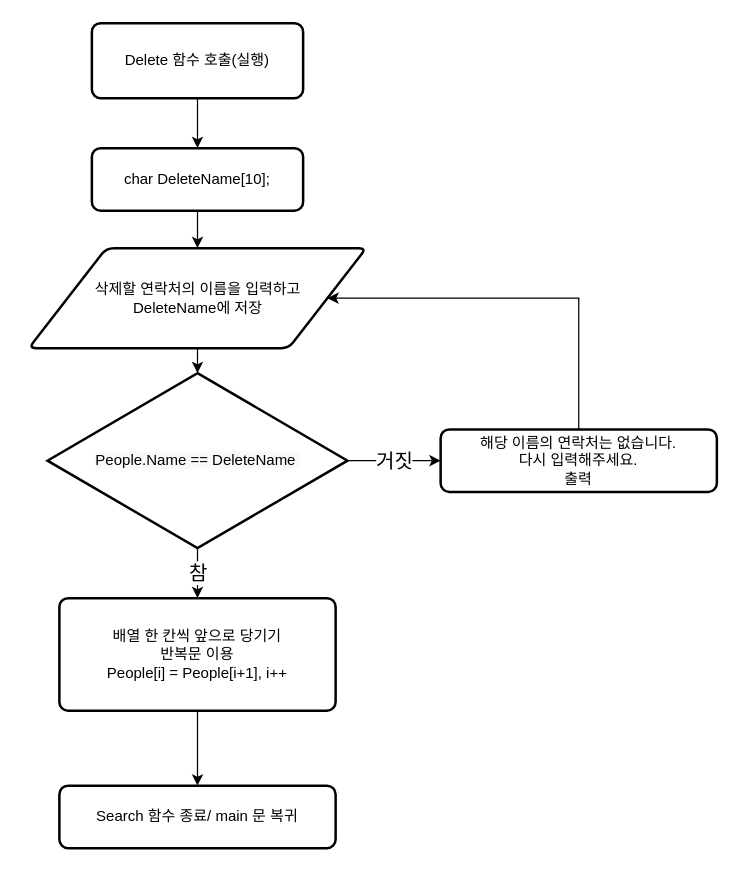
Above: Delete 기능.drawio in skatld123/NSH (draw.io), before the change. Source tidied: cells renumbered, new cells numbered last; positions are measured from the earlier drawing's top-left corner, leaving out a move shared by most shapes. Both pictures are drawn from the tidied source at 125%, with x=0, y=0 at pixel (28, 22).
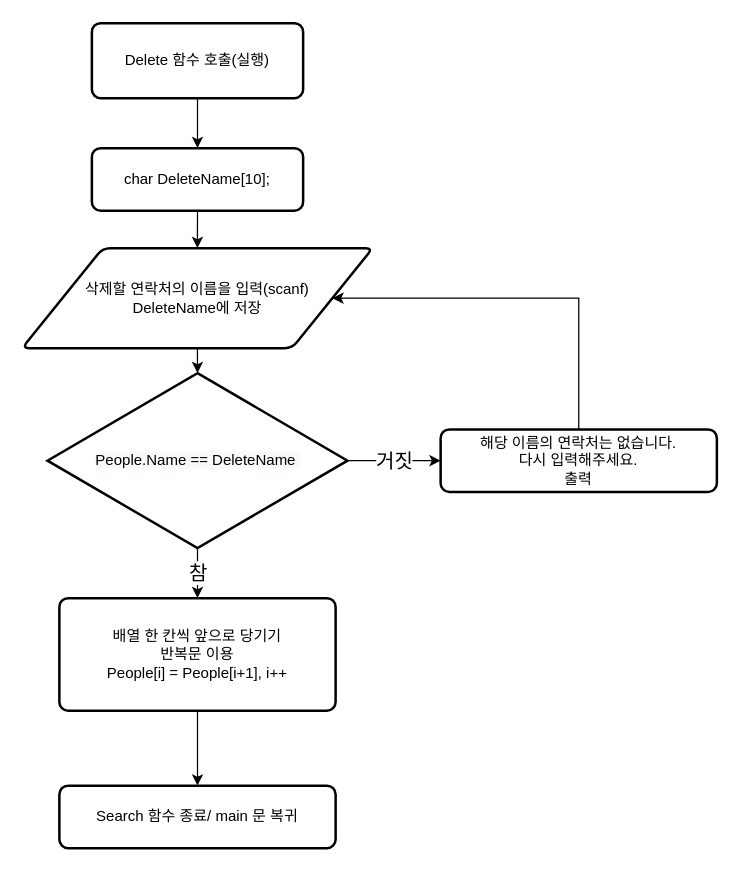
The same page after the edit.

Commit message (it also covers changes not shown here):
Delete 기능.drawio 업데이트

What changed in the source:
```diff
@@
 <mxGraphModel>
   <root>
     <mxCell id="0" />
     <mxCell id="1" parent="0" />
     <mxCell id="2" style="edgeStyle=orthogonalEdgeStyle;rounded=0;jettySize=auto;html=1;exitX=0.5;exitY=1;exitDx=0;exitDy=0;entryX=0.5;entryY=0;entryDx=0;entryDy=0;" parent="1" edge="1" source="3" target="5">
       <mxGeometry relative="1" as="geometry" />
     </mxCell>
     <mxCell id="3" value="Delete 함수 호출(실행)" style="rounded=1;whiteSpace=wrap;html=1;absoluteArcSize=1;arcSize=14;strokeWidth=2;" parent="1" vertex="1">
       <mxGeometry x="51" width="169" height="60" as="geometry" />
     </mxCell>
     <mxCell id="4" style="edgeStyle=orthogonalEdgeStyle;rounded=0;jettySize=auto;html=1;exitX=0.5;exitY=1;exitDx=0;exitDy=0;entryX=0.5;entryY=0;entryDx=0;entryDy=0;" parent="1" edge="1" source="5" target="7">
       <mxGeometry relative="1" as="geometry" />
     </mxCell>
     <mxCell id="5" value="char DeleteName[10];" style="rounded=1;whiteSpace=wrap;html=1;absoluteArcSize=1;arcSize=14;strokeWidth=2;" parent="1" vertex="1">
       <mxGeometry x="51" y="100" width="169" height="50" as="geometry" />
     </mxCell>
     <mxCell id="6" style="edgeStyle=orthogonalEdgeStyle;rounded=0;jettySize=auto;html=1;exitX=0.5;exitY=1;exitDx=0;exitDy=0;entryX=0.5;entryY=0;entryDx=0;entryDy=0;entryPerimeter=0;" parent="1" edge="1" source="7" target="14">
       <mxGeometry relative="1" as="geometry" />
     </mxCell>
-    <mxCell id="7" value="삭제할 연락처의 이름을 입력하고 &lt;br&gt;DeleteName에 저장" style="shape=parallelogram;html=1;strokeWidth=2;perimeter=parallelogramPerimeter;whiteSpace=wrap;rounded=1;arcSize=12;size=0.23;" parent="1" vertex="1">
-      <mxGeometry x="0.5" y="180" width="270" height="80" as="geometry" />
+    <mxCell id="7" value="삭제할 연락처의 이름을 입력(scanf)&lt;br&gt;DeleteName에 저장" style="shape=parallelogram;html=1;strokeWidth=2;perimeter=parallelogramPerimeter;whiteSpace=wrap;rounded=1;arcSize=12;size=0.23;" parent="1" vertex="1">
+      <mxGeometry x="-4.8" y="180" width="280.5" height="80" as="geometry" />
     </mxCell>
     <mxCell id="8" style="edgeStyle=orthogonalEdgeStyle;rounded=0;jettySize=auto;html=1;exitX=0.5;exitY=1;exitDx=0;exitDy=0;entryX=0.5;entryY=0;entryDx=0;entryDy=0;" parent="1" edge="1" source="9" target="15">
       <mxGeometry relative="1" as="geometry" />
     </mxCell>
     <mxCell id="9" value="배열 한 칸씩 앞으로 당기기&lt;br&gt;반복문 이용&lt;br&gt;People[i] = People[i+1], i++" style="rounded=1;whiteSpace=wrap;html=1;absoluteArcSize=1;arcSize=14;strokeWidth=2;" parent="1" vertex="1">
       <mxGeometry x="25" y="460" width="221" height="90" as="geometry" />
     </mxCell>
     <mxCell id="10" style="edgeStyle=orthogonalEdgeStyle;rounded=0;jettySize=auto;html=1;entryX=1;entryY=0.5;entryDx=0;entryDy=0;fontSize=16;" parent="1" edge="1" source="11" target="7">
       <mxGeometry relative="1" as="geometry">
         <Array as="points">
           <mxPoint x="441" y="220" />
         </Array>
       </mxGeometry>
     </mxCell>
     <mxCell id="11" value="해당 이름의 연락처는 없습니다.&lt;br&gt;다시 입력해주세요.&lt;br&gt;출력" style="rounded=1;whiteSpace=wrap;html=1;absoluteArcSize=1;arcSize=14;strokeWidth=2;" parent="1" vertex="1">
       <mxGeometry x="330" y="325" width="221" height="50" as="geometry" />
     </mxCell>
     <mxCell id="12" value="참" style="edgeStyle=orthogonalEdgeStyle;rounded=0;jettySize=auto;html=1;exitX=0.5;exitY=1;exitDx=0;exitDy=0;exitPerimeter=0;entryX=0.5;entryY=0;entryDx=0;entryDy=0;fontSize=16;" parent="1" edge="1" source="14" target="9">
       <mxGeometry relative="1" as="geometry" />
     </mxCell>
     <mxCell id="13" value="거짓" style="edgeStyle=orthogonalEdgeStyle;rounded=0;jettySize=auto;html=1;exitX=1;exitY=0.5;exitDx=0;exitDy=0;exitPerimeter=0;fontSize=16;" parent="1" edge="1" source="14" target="11">
       <mxGeometry relative="1" as="geometry" />
     </mxCell>
     <mxCell id="14" value="&lt;span style=&quot;color: rgb(0 , 0 , 0) ; font-family: &amp;#34;helvetica&amp;#34; ; font-size: 12px ; font-style: normal ; font-weight: 400 ; letter-spacing: normal ; text-align: center ; text-indent: 0px ; text-transform: none ; word-spacing: 0px ; background-color: rgb(248 , 249 , 250) ; display: inline ; float: none&quot;&gt;People.Name == DeleteName&amp;nbsp;&lt;/span&gt;" style="strokeWidth=2;html=1;shape=mxgraph.flowchart.decision;whiteSpace=wrap;" parent="1" vertex="1">
       <mxGeometry x="15.5" y="280" width="240" height="140" as="geometry" />
     </mxCell>
     <mxCell id="15" value="Search 함수 종료/ main 문 복귀" style="rounded=1;whiteSpace=wrap;html=1;absoluteArcSize=1;arcSize=14;strokeWidth=2;" parent="1" vertex="1">
       <mxGeometry x="25" y="610" width="221" height="50" as="geometry" />
     </mxCell>
   </root>
 </mxGraphModel>
```
